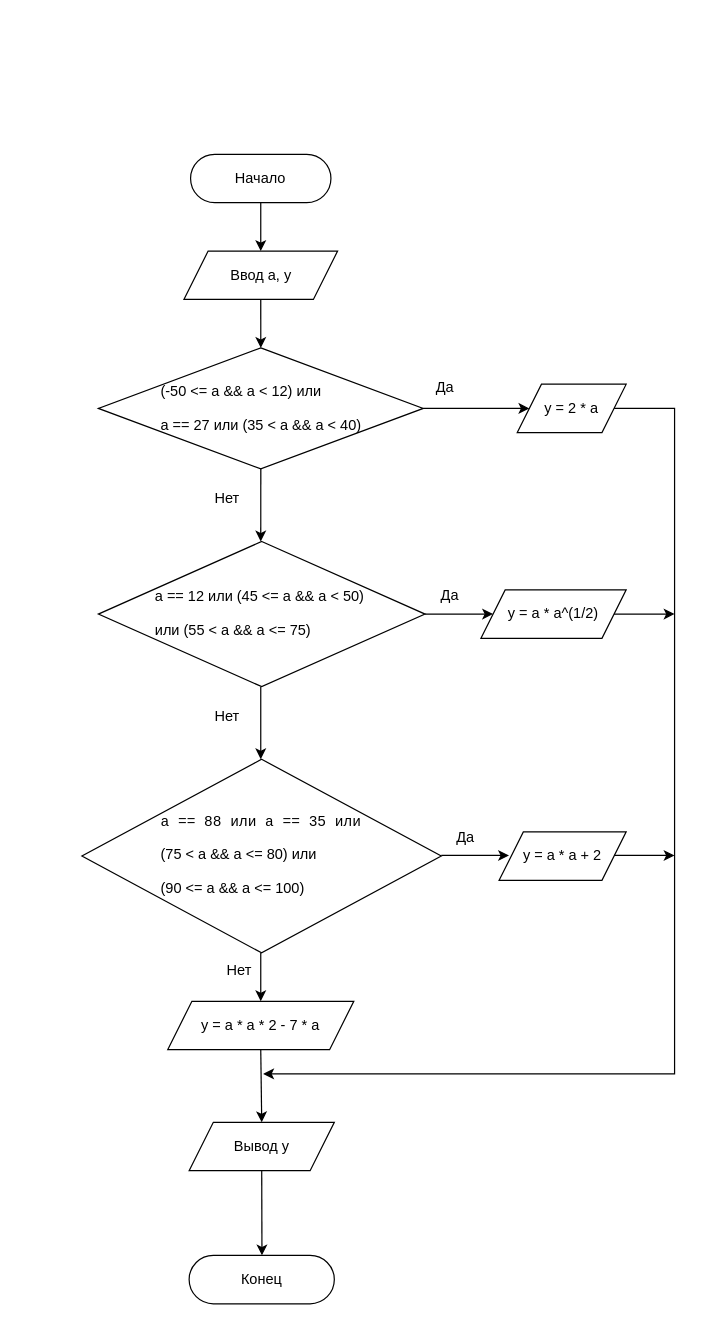
Before: Semester-2/Программирование (15)/Отчёты/2.1.drawio in JustyDev/University, a draw.io diagram. Source tidied: cells renumbered, new cells numbered last; positions are measured from the earlier drawing's top-left corner, leaving out a move shared by most shapes. Both pictures are drawn from the tidied source at 121%, with x=0, y=0 at pixel (81, 154).
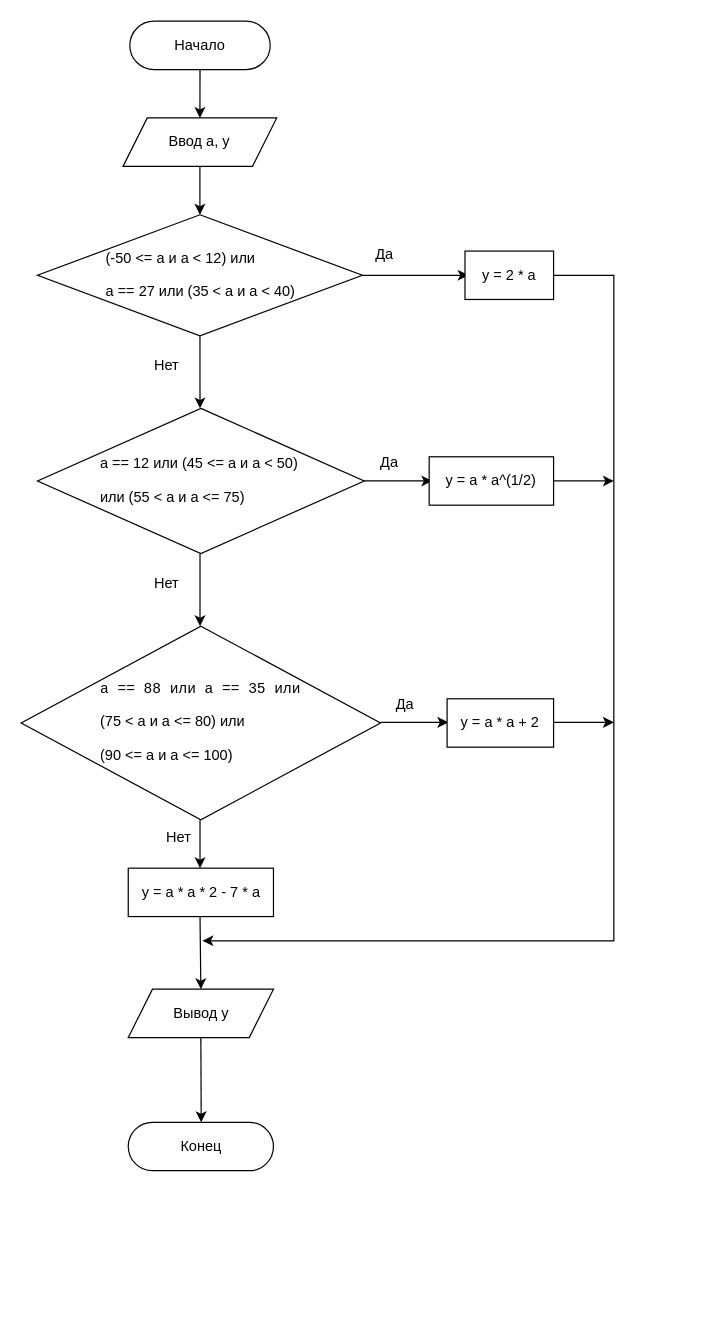
The same page after the edit.

Change to the diagram source:
```diff
@@
     <mxCell id="2" value="Начало" style="rounded=1;whiteSpace=wrap;html=1;arcSize=50;" parent="1" vertex="1">
-      <mxGeometry x="90" width="116" height="40" as="geometry" />
+      <mxGeometry x="39.8" y="-110" width="116" height="40" as="geometry" />
     </mxCell>
     <mxCell id="3" value="Ввод a, y" style="shape=parallelogram;perimeter=parallelogramPerimeter;whiteSpace=wrap;html=1;fixedSize=1;" parent="1" vertex="1">
-      <mxGeometry x="84.5" y="80" width="127" height="40" as="geometry" />
+      <mxGeometry x="34.2" y="-30" width="127" height="40" as="geometry" />
     </mxCell>
@@
-    <mxCell id="5" value="&lt;div style=&quot;text-align: start;&quot;&gt;&lt;pre&gt;&lt;font face=&quot;Helvetica&quot;&gt;(-50 &amp;lt;= a &amp;amp;&amp;amp; a &amp;lt; 12) или&amp;nbsp;&lt;/font&gt;&lt;/pre&gt;&lt;pre&gt;&lt;font face=&quot;Helvetica&quot;&gt;a == 27 или (35 &amp;lt; a &amp;amp;&amp;amp; a &amp;lt; 40)&lt;/font&gt;&lt;/pre&gt;&lt;/div&gt;" style="rhombus;whiteSpace=wrap;html=1;" parent="1" vertex="1">
-      <mxGeometry x="13.8" y="160" width="268.5" height="100" as="geometry" />
-    </mxCell>
-    <mxCell id="6" style="endArrow=classic;html=1;rounded=0;exitX=0.5;exitY=1;exitDx=0;exitDy=0;" parent="1" edge="1" source="3" target="5">
-      <mxGeometry relative="1" as="geometry" />
-    </mxCell>
-    <mxCell id="7" value="Да" style="text;html=1;align=center;verticalAlign=middle;strokeColor=none;fillColor=none;" parent="1" vertex="1">
-      <mxGeometry x="280" y="178" width="40" height="30" as="geometry" />
-    </mxCell>
+    <mxCell id="32" value="&lt;div style=&quot;text-align: start;&quot;&gt;&lt;pre&gt;&lt;font face=&quot;Helvetica&quot;&gt;(-50 &amp;lt;= a и a &amp;lt; 12) или&amp;nbsp;&lt;/font&gt;&lt;/pre&gt;&lt;pre&gt;&lt;font face=&quot;Helvetica&quot;&gt;a == 27 или (35 &amp;lt; a и a &amp;lt; 40)&lt;/font&gt;&lt;/pre&gt;&lt;/div&gt;" style="rhombus;whiteSpace=wrap;html=1;" parent="1" vertex="1">
+      <mxGeometry x="-36.5" y="50" width="268.5" height="100" as="geometry" />
+    </mxCell>
+    <mxCell id="33" style="endArrow=classic;html=1;rounded=0;exitX=0.5;exitY=1;exitDx=0;exitDy=0;" parent="1" edge="1" source="3" target="32">
+      <mxGeometry relative="1" as="geometry" />
+    </mxCell>
+    <mxCell id="34" value="Да" style="text;html=1;align=center;verticalAlign=middle;strokeColor=none;fillColor=none;" parent="1" vertex="1">
+      <mxGeometry x="229.8" y="68" width="40" height="30" as="geometry" />
+    </mxCell>
+    <mxCell id="35" style="endArrow=classic;html=1;rounded=0;exitX=1;exitY=0.5;exitDx=0;exitDy=0;" parent="1" edge="1">
+      <mxGeometry relative="1" as="geometry">
+        <mxPoint x="389.8" y="100" as="sourcePoint" />
+        <mxPoint x="99.8" y="650" as="targetPoint" />
+        <Array as="points">
+          <mxPoint x="439.8" y="100" />
+          <mxPoint x="439.8" y="650" />
+        </Array>
+      </mxGeometry>
+    </mxCell>
+    <mxCell id="36" style="endArrow=classic;html=1;rounded=0;exitX=0.5;exitY=1;exitDx=0;exitDy=0;" parent="1" edge="1" source="32">
+      <mxGeometry relative="1" as="geometry">
+        <mxPoint x="97.8" y="210" as="targetPoint" />
+      </mxGeometry>
+    </mxCell>
+    <mxCell id="37" value="Нет" style="text;html=1;align=center;verticalAlign=middle;strokeColor=none;fillColor=none;" parent="1" vertex="1">
+      <mxGeometry x="49.8" y="160" width="40" height="30" as="geometry" />
+    </mxCell>
+    <mxCell id="38" value="&lt;div style=&quot;text-align: start;&quot;&gt;&lt;pre&gt;&lt;font face=&quot;Helvetica&quot; style=&quot;font-size: 12px;&quot;&gt;a == 12 или (45 &amp;lt;= a и a &amp;lt; 50)&amp;nbsp;&lt;/font&gt;&lt;/pre&gt;&lt;pre&gt;&lt;font style=&quot;font-family: v6d4WqVKk3dFZ0TQiIj1; font-size: 12px;&quot;&gt;или &lt;/font&gt;&lt;span style=&quot;white-space: normal;&quot;&gt;&lt;font face=&quot;Helvetica&quot;&gt;(55 &amp;lt; a и a &amp;lt;= 75)&lt;/font&gt;&lt;/span&gt;&lt;/pre&gt;&lt;/div&gt;" style="rhombus;whiteSpace=wrap;html=1;" parent="1" vertex="1">
+      <mxGeometry x="-36.5" y="210" width="270" height="120" as="geometry" />
+    </mxCell>
+    <mxCell id="39" style="endArrow=classic;html=1;rounded=0;exitX=1;exitY=0.5;exitDx=0;exitDy=0;" parent="1" edge="1" source="32">
+      <mxGeometry relative="1" as="geometry">
+        <mxPoint x="319.8" y="100" as="targetPoint" />
+      </mxGeometry>
+    </mxCell>
+    <mxCell id="40" style="endArrow=classic;html=1;rounded=0;exitX=1;exitY=0.5;exitDx=0;exitDy=0;" parent="1" edge="1" source="38">
+      <mxGeometry relative="1" as="geometry">
+        <mxPoint x="289.8" y="270" as="targetPoint" />
+      </mxGeometry>
+    </mxCell>
+    <mxCell id="41" style="endArrow=classic;html=1;rounded=0;exitX=1;exitY=0.5;exitDx=0;exitDy=0;" parent="1" edge="1">
+      <mxGeometry relative="1" as="geometry">
+        <mxPoint x="389.8" y="270" as="sourcePoint" />
+        <mxPoint x="439.8" y="270" as="targetPoint" />
+      </mxGeometry>
+    </mxCell>
+    <mxCell id="42" style="endArrow=classic;html=1;rounded=0;exitX=0.5;exitY=1;exitDx=0;exitDy=0;" parent="1" edge="1">
+      <mxGeometry relative="1" as="geometry">
+        <mxPoint x="97.8" y="330" as="sourcePoint" />
+        <mxPoint x="97.8" y="390" as="targetPoint" />
+      </mxGeometry>
+    </mxCell>
+    <mxCell id="43" value="Нет" style="text;html=1;align=center;verticalAlign=middle;strokeColor=none;fillColor=none;" parent="1" vertex="1">
+      <mxGeometry x="49.8" y="340" width="40" height="30" as="geometry" />
+    </mxCell>
+    <mxCell id="44" value="&lt;div style=&quot;text-align: start;&quot;&gt;&lt;pre&gt;&lt;pre&gt;a == 88 или a == 35 или&lt;/pre&gt;&lt;pre&gt;&lt;span style=&quot;font-family: Helvetica; white-space: normal;&quot;&gt;(&lt;/span&gt;&lt;span style=&quot;font-family: Helvetica; white-space: normal;&quot;&gt;75 &lt;/span&gt;&lt;span style=&quot;font-family: Helvetica; white-space: normal;&quot;&gt;&amp;lt; a и a &amp;lt;= &lt;/span&gt;&lt;span style=&quot;font-family: Helvetica; white-space: normal;&quot;&gt;80)&amp;nbsp;или&lt;/span&gt;&lt;/pre&gt;&lt;pre&gt;&lt;span style=&quot;font-family: Helvetica; white-space: normal;&quot;&gt;(&lt;/span&gt;&lt;span style=&quot;font-family: Helvetica; white-space: normal;&quot;&gt;90 &lt;/span&gt;&lt;span style=&quot;font-family: Helvetica; white-space: normal;&quot;&gt;&amp;lt;= a и a &amp;lt;= &lt;/span&gt;&lt;span style=&quot;font-family: Helvetica; white-space: normal;&quot;&gt;100&lt;/span&gt;&lt;span style=&quot;font-family: Helvetica; white-space: normal;&quot;&gt;)&lt;/span&gt;&lt;/pre&gt;&lt;/pre&gt;&lt;/div&gt;" style="rhombus;whiteSpace=wrap;html=1;" parent="1" vertex="1">
+      <mxGeometry x="-50" y="390" width="297" height="160" as="geometry" />
+    </mxCell>
+    <mxCell id="45" value="Да" style="text;html=1;align=center;verticalAlign=middle;strokeColor=none;fillColor=none;" parent="1" vertex="1">
+      <mxGeometry x="233.5" y="240" width="40" height="30" as="geometry" />
+    </mxCell>
+    <mxCell id="46" style="endArrow=classic;html=1;rounded=0;exitX=1;exitY=0.5;exitDx=0;exitDy=0;" parent="1" edge="1">
+      <mxGeometry relative="1" as="geometry">
+        <mxPoint x="247" y="469.5" as="sourcePoint" />
+        <mxPoint x="303" y="469.5" as="targetPoint" />
+      </mxGeometry>
+    </mxCell>
+    <mxCell id="47" style="endArrow=classic;html=1;rounded=0;exitX=1;exitY=0.5;exitDx=0;exitDy=0;" parent="1" edge="1">
+      <mxGeometry relative="1" as="geometry">
+        <mxPoint x="389.8" y="469.5" as="sourcePoint" />
+        <mxPoint x="439.8" y="469.5" as="targetPoint" />
+      </mxGeometry>
+    </mxCell>
+    <mxCell id="48" value="Да" style="text;html=1;align=center;verticalAlign=middle;strokeColor=none;fillColor=none;" parent="1" vertex="1">
+      <mxGeometry x="247" y="440" width="40" height="30" as="geometry" />
+    </mxCell>
+    <mxCell id="49" style="endArrow=classic;html=1;rounded=0;exitX=0.5;exitY=1;exitDx=0;exitDy=0;" parent="1" edge="1">
+      <mxGeometry relative="1" as="geometry">
+        <mxPoint x="97.8" y="550" as="sourcePoint" />
+        <mxPoint x="97.8" y="590" as="targetPoint" />
+      </mxGeometry>
+    </mxCell>
+    <mxCell id="50" value="Нет" style="text;html=1;align=center;verticalAlign=middle;strokeColor=none;fillColor=none;" parent="1" vertex="1">
+      <mxGeometry x="59.8" y="550" width="40" height="30" as="geometry" />
+    </mxCell>
+    <mxCell id="28" value="Вывод y" style="shape=parallelogram;perimeter=parallelogramPerimeter;whiteSpace=wrap;html=1;fixedSize=1;" parent="1" vertex="1">
+      <mxGeometry x="38.5" y="690" width="120" height="40" as="geometry" />
+    </mxCell>
+    <mxCell id="51" style="endArrow=classic;html=1;rounded=0;exitX=0.5;exitY=1;exitDx=0;exitDy=0;entryX=0.5;entryY=0;entryDx=0;entryDy=0;" parent="1" edge="1" target="28">
+      <mxGeometry relative="1" as="geometry">
+        <mxPoint x="97.8" y="630" as="sourcePoint" />
+      </mxGeometry>
+    </mxCell>
+    <mxCell id="52" style="endArrow=classic;html=1;rounded=0;exitX=0.5;exitY=1;exitDx=0;exitDy=0;" parent="1" edge="1" source="28">
+      <mxGeometry relative="1" as="geometry">
+        <mxPoint x="98.8" y="800" as="targetPoint" />
+      </mxGeometry>
+    </mxCell>
+    <mxCell id="31" value="Конец" style="rounded=1;whiteSpace=wrap;html=1;arcSize=50;" parent="1" vertex="1">
+      <mxGeometry x="38.5" y="800" width="120" height="40" as="geometry" />
+    </mxCell>
-    <mxCell id="8" value="y = 2 * a" style="shape=parallelogram;perimeter=parallelogramPerimeter;whiteSpace=wrap;html=1;fixedSize=1;" parent="1" vertex="1">
-      <mxGeometry x="360" y="190" width="90" height="40" as="geometry" />
+    <mxCell id="8" value="y = 2 * a" style="rounded=0;whiteSpace=wrap;html=1;" parent="1" vertex="1">
+      <mxGeometry x="316.8" y="80" width="73.2" height="40" as="geometry" />
     </mxCell>
-    <mxCell id="9" style="endArrow=classic;html=1;rounded=0;exitX=1;exitY=0.5;exitDx=0;exitDy=0;" parent="1" edge="1" source="8">
-      <mxGeometry relative="1" as="geometry">
-        <mxPoint x="150" y="760" as="targetPoint" />
-        <Array as="points">
-          <mxPoint x="490" y="210" />
-          <mxPoint x="490" y="760" />
-        </Array>
-      </mxGeometry>
-    </mxCell>
-    <mxCell id="10" style="endArrow=classic;html=1;rounded=0;exitX=0.5;exitY=1;exitDx=0;exitDy=0;" parent="1" edge="1" source="5">
-      <mxGeometry relative="1" as="geometry">
-        <mxPoint x="148" y="320" as="targetPoint" />
-      </mxGeometry>
-    </mxCell>
-    <mxCell id="11" value="Нет" style="text;html=1;align=center;verticalAlign=middle;strokeColor=none;fillColor=none;" parent="1" vertex="1">
-      <mxGeometry x="100" y="270" width="40" height="30" as="geometry" />
-    </mxCell>
-    <mxCell id="12" value="&lt;div style=&quot;text-align: start;&quot;&gt;&lt;pre&gt;&lt;font face=&quot;Helvetica&quot;&gt;a == 12 или (45 &amp;lt;= a &amp;amp;&amp;amp; a &amp;lt; 50)&amp;nbsp;&lt;/font&gt;&lt;/pre&gt;&lt;pre&gt;&lt;font face=&quot;Helvetica&quot;&gt;или &lt;/font&gt;&lt;span style=&quot;font-family: jJ2LUkYKj4v99uyvdIJD; white-space: normal;&quot;&gt;(55 &amp;lt; a &amp;amp;&amp;amp; a &amp;lt;= 75)&lt;/span&gt;&lt;/pre&gt;&lt;/div&gt;" style="rhombus;whiteSpace=wrap;html=1;" parent="1" vertex="1">
-      <mxGeometry x="13.8" y="320" width="270" height="120" as="geometry" />
-    </mxCell>
-    <mxCell id="13" style="endArrow=classic;html=1;rounded=0;exitX=1;exitY=0.5;exitDx=0;exitDy=0;" parent="1" edge="1" source="5">
-      <mxGeometry relative="1" as="geometry">
-        <mxPoint x="370" y="210" as="targetPoint" />
-      </mxGeometry>
-    </mxCell>
-    <mxCell id="14" style="endArrow=classic;html=1;rounded=0;exitX=1;exitY=0.5;exitDx=0;exitDy=0;" parent="1" edge="1" source="12">
-      <mxGeometry relative="1" as="geometry">
-        <mxPoint x="340" y="380" as="targetPoint" />
-      </mxGeometry>
-    </mxCell>
-    <mxCell id="15" value="y = a * a^(1/2)" style="shape=parallelogram;perimeter=parallelogramPerimeter;whiteSpace=wrap;html=1;fixedSize=1;" parent="1" vertex="1">
-      <mxGeometry x="330" y="360" width="120" height="40" as="geometry" />
+    <mxCell id="15" value="y = a * a^(1/2)" style="rounded=0;whiteSpace=wrap;html=1;" parent="1" vertex="1">
+      <mxGeometry x="287.2" y="250" width="102.8" height="40" as="geometry" />
     </mxCell>
-    <mxCell id="16" style="endArrow=classic;html=1;rounded=0;exitX=1;exitY=0.5;exitDx=0;exitDy=0;" parent="1" edge="1" source="15">
-      <mxGeometry relative="1" as="geometry">
-        <mxPoint x="490" y="380" as="targetPoint" />
-      </mxGeometry>
-    </mxCell>
-    <mxCell id="17" style="endArrow=classic;html=1;rounded=0;exitX=0.5;exitY=1;exitDx=0;exitDy=0;" parent="1" edge="1">
-      <mxGeometry relative="1" as="geometry">
-        <mxPoint x="148" y="440" as="sourcePoint" />
-        <mxPoint x="148" y="500" as="targetPoint" />
-      </mxGeometry>
-    </mxCell>
-    <mxCell id="18" value="Нет" style="text;html=1;align=center;verticalAlign=middle;strokeColor=none;fillColor=none;" parent="1" vertex="1">
-      <mxGeometry x="100" y="450" width="40" height="30" as="geometry" />
-    </mxCell>
-    <mxCell id="19" value="&lt;div style=&quot;text-align: start;&quot;&gt;&lt;pre&gt;&lt;pre&gt;a == 88 или a == 35 или&lt;/pre&gt;&lt;pre&gt;&lt;span style=&quot;font-family: Helvetica; white-space: normal;&quot;&gt;(&lt;/span&gt;&lt;span style=&quot;font-family: Helvetica; white-space: normal;&quot;&gt;75 &lt;/span&gt;&lt;span style=&quot;font-family: Helvetica; white-space: normal;&quot;&gt;&amp;lt; a &amp;amp;&amp;amp; a &amp;lt;= &lt;/span&gt;&lt;span style=&quot;font-family: Helvetica; white-space: normal;&quot;&gt;80)&amp;nbsp;или&lt;/span&gt;&lt;/pre&gt;&lt;pre&gt;&lt;span style=&quot;font-family: Helvetica; white-space: normal;&quot;&gt;(&lt;/span&gt;&lt;span style=&quot;font-family: Helvetica; white-space: normal;&quot;&gt;90 &lt;/span&gt;&lt;span style=&quot;font-family: Helvetica; white-space: normal;&quot;&gt;&amp;lt;= a &amp;amp;&amp;amp; a &amp;lt;= &lt;/span&gt;&lt;span style=&quot;font-family: Helvetica; white-space: normal;&quot;&gt;100&lt;/span&gt;&lt;span style=&quot;font-family: Helvetica; white-space: normal;&quot;&gt;)&lt;/span&gt;&lt;/pre&gt;&lt;/pre&gt;&lt;/div&gt;" style="rhombus;whiteSpace=wrap;html=1;" parent="1" vertex="1">
-      <mxGeometry x="0.2" y="500" width="297" height="160" as="geometry" />
-    </mxCell>
-    <mxCell id="20" value="Да" style="text;html=1;align=center;verticalAlign=middle;strokeColor=none;fillColor=none;" parent="1" vertex="1">
-      <mxGeometry x="283.8" y="350" width="40" height="30" as="geometry" />
-    </mxCell>
-    <mxCell id="21" style="endArrow=classic;html=1;rounded=0;exitX=1;exitY=0.5;exitDx=0;exitDy=0;" parent="1" edge="1">
-      <mxGeometry relative="1" as="geometry">
-        <mxPoint x="297.2" y="579.5" as="sourcePoint" />
-        <mxPoint x="353.2" y="579.5" as="targetPoint" />
-      </mxGeometry>
-    </mxCell>
-    <mxCell id="22" value="y = a * a + 2" style="shape=parallelogram;perimeter=parallelogramPerimeter;whiteSpace=wrap;html=1;fixedSize=1;" parent="1" vertex="1">
-      <mxGeometry x="345" y="560" width="105" height="40" as="geometry" />
+    <mxCell id="22" value="y = a * a + 2" style="rounded=0;whiteSpace=wrap;html=1;" parent="1" vertex="1">
+      <mxGeometry x="302" y="450" width="88" height="40" as="geometry" />
     </mxCell>
-    <mxCell id="23" style="endArrow=classic;html=1;rounded=0;exitX=1;exitY=0.5;exitDx=0;exitDy=0;" parent="1" edge="1">
-      <mxGeometry relative="1" as="geometry">
-        <mxPoint x="440" y="579.5" as="sourcePoint" />
-        <mxPoint x="490" y="579.5" as="targetPoint" />
-      </mxGeometry>
-    </mxCell>
-    <mxCell id="24" value="Да" style="text;html=1;align=center;verticalAlign=middle;strokeColor=none;fillColor=none;" parent="1" vertex="1">
-      <mxGeometry x="297.2" y="550" width="40" height="30" as="geometry" />
-    </mxCell>
-    <mxCell id="25" style="endArrow=classic;html=1;rounded=0;exitX=0.5;exitY=1;exitDx=0;exitDy=0;" parent="1" edge="1">
-      <mxGeometry relative="1" as="geometry">
-        <mxPoint x="148" y="660" as="sourcePoint" />
-        <mxPoint x="148" y="700" as="targetPoint" />
-      </mxGeometry>
-    </mxCell>
-    <mxCell id="26" value="Нет" style="text;html=1;align=center;verticalAlign=middle;strokeColor=none;fillColor=none;" parent="1" vertex="1">
-      <mxGeometry x="110" y="660" width="40" height="30" as="geometry" />
-    </mxCell>
-    <mxCell id="27" value="y = a * a * 2 - 7 * a" style="shape=parallelogram;perimeter=parallelogramPerimeter;whiteSpace=wrap;html=1;fixedSize=1;" parent="1" vertex="1">
-      <mxGeometry x="71.1" y="700" width="153.8" height="40" as="geometry" />
+    <mxCell id="27" value="y = a * a * 2 - 7 * a" style="rounded=0;whiteSpace=wrap;html=1;" parent="1" vertex="1">
+      <mxGeometry x="38.5" y="590" width="120" height="40" as="geometry" />
     </mxCell>
-    <mxCell id="28" value="Вывод y" style="shape=parallelogram;perimeter=parallelogramPerimeter;whiteSpace=wrap;html=1;fixedSize=1;" parent="1" vertex="1">
-      <mxGeometry x="88.8" y="800" width="120" height="40" as="geometry" />
-    </mxCell>
-    <mxCell id="29" style="endArrow=classic;html=1;rounded=0;exitX=0.5;exitY=1;exitDx=0;exitDy=0;entryX=0.5;entryY=0;entryDx=0;entryDy=0;" parent="1" edge="1" source="27" target="28">
-      <mxGeometry relative="1" as="geometry" />
-    </mxCell>
-    <mxCell id="30" style="endArrow=classic;html=1;rounded=0;exitX=0.5;exitY=1;exitDx=0;exitDy=0;" parent="1" edge="1" source="28">
-      <mxGeometry relative="1" as="geometry">
-        <mxPoint x="149" y="910" as="targetPoint" />
-      </mxGeometry>
-    </mxCell>
-    <mxCell id="31" value="Конец" style="rounded=1;whiteSpace=wrap;html=1;arcSize=50;" parent="1" vertex="1">
-      <mxGeometry x="88.8" y="910" width="120" height="40" as="geometry" />
-    </mxCell>
```
